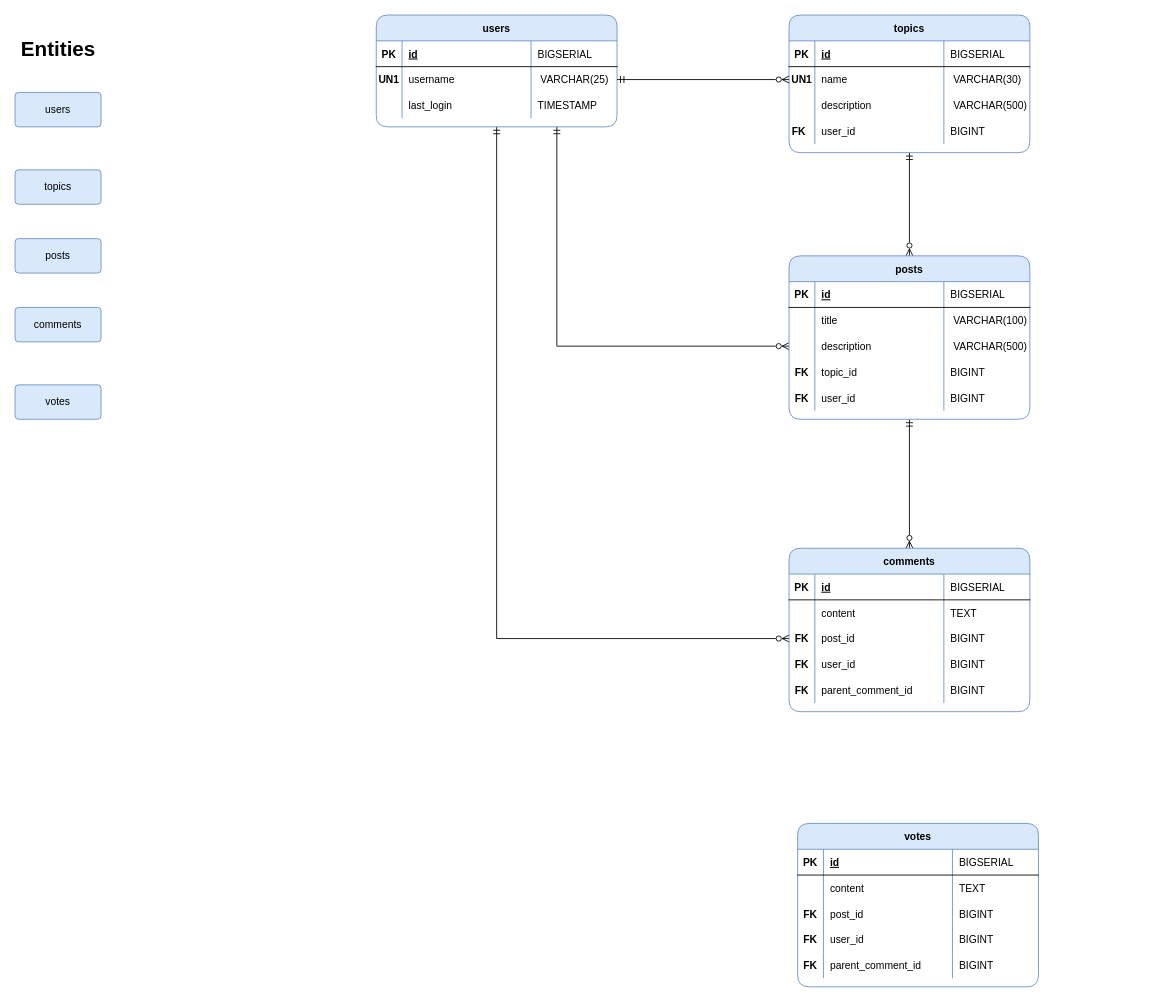
This is page "ERD" (1 of 2) of diagrams/udiddit.drawio from osman-software-engineer/udiddit, a draw.io file, before an edit. Source tidied: cells renumbered, new cells numbered last; positions are measured from the earlier drawing's top-left corner, leaving out a move shared by most shapes. Both pictures are drawn from the tidied source at 86%, with x=0, y=0 at pixel (15, 15).
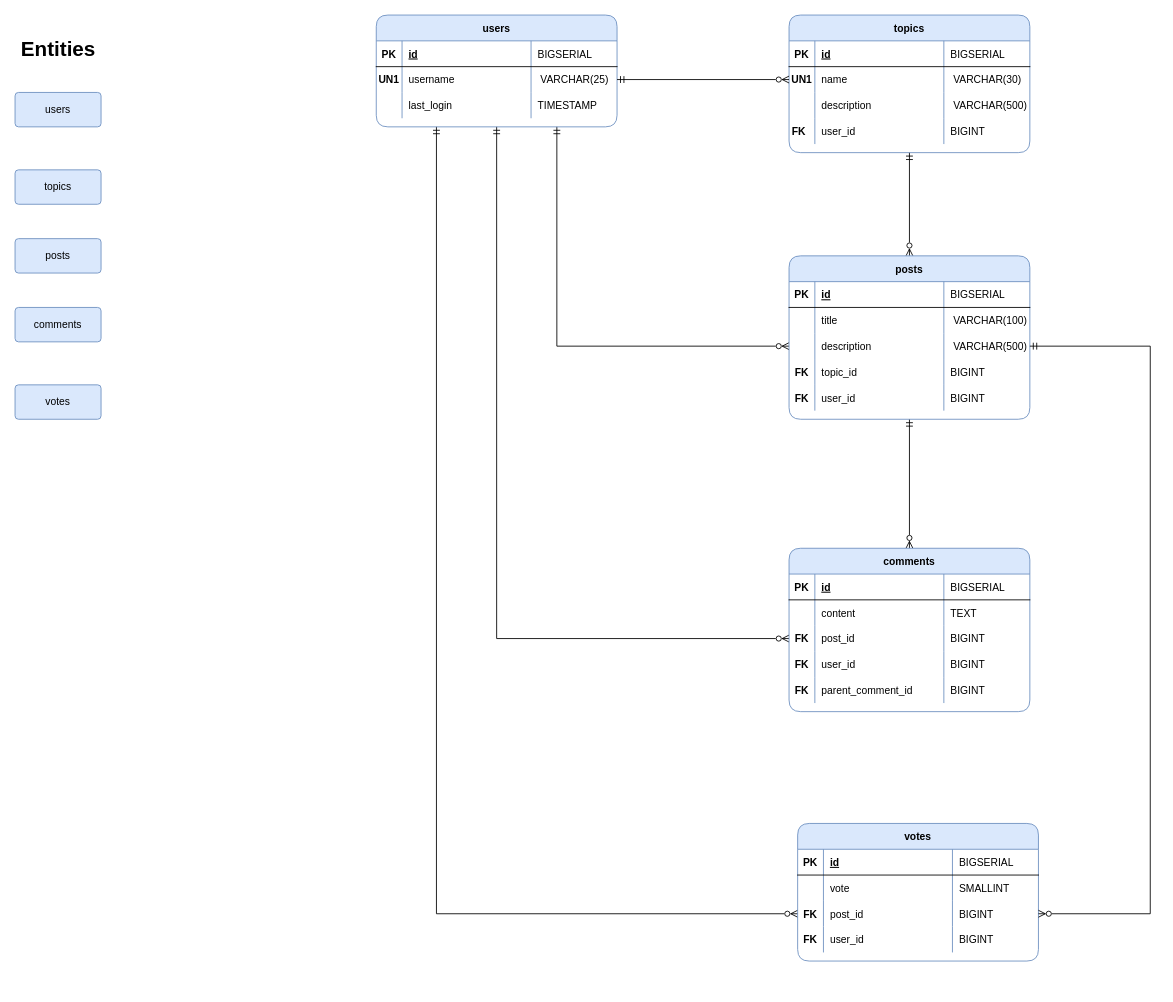
The same page after the edit.

The change refers to these unchanged cells:
```xml
<mxCell id="10" value="users" style="shape=table;startSize=30;childLayout=tableLayout;rowLines=0;fontStyle=1;align=center;rounded=1;fillColor=#dae8fc;strokeColor=#6c8ebf;shadow=0;sketch=0;" parent="1" vertex="1">
  <mxGeometry x="420" width="280" height="130" as="geometry" />
</mxCell>
<mxCell id="53" style="shape=partialRectangle;fillColor=none;top=0;left=0;bottom=0;right=0;points=[[0,0.5],[1,0.5]];portConstraint=eastwest;" parent="44" vertex="1">
  <mxGeometry y="90" width="280" height="30" as="geometry" />
</mxCell>
<mxCell id="92" style="shape=partialRectangle;fillColor=none;top=0;left=0;bottom=0;right=0;" parent="87" vertex="1">
  <mxGeometry y="60" width="280" height="30" as="geometry" />
</mxCell>
<mxCell id="96" style="shape=partialRectangle;fillColor=none;top=0;left=0;bottom=0;right=0;points=[[0,0.5],[1,0.5]];portConstraint=eastwest;" parent="87" vertex="1">
  <mxGeometry y="90" width="280" height="30" as="geometry" />
</mxCell>
```

Diff of the diagram source:
```diff
@@
+    <mxCell id="108" style="edgeStyle=orthogonalEdgeStyle;rounded=0;jettySize=auto;html=1;entryX=0;entryY=0.5;entryDx=0;entryDy=0;exitX=0.25;exitY=1;exitDx=0;exitDy=0;endArrow=ERzeroToMany;endFill=0;startArrow=ERmandOne;startFill=0;" parent="1" edge="1" source="10" target="96">
+      <mxGeometry relative="1" as="geometry" />
+    </mxCell>
@@
     <mxCell id="87" value="votes" style="shape=table;startSize=30;childLayout=tableLayout;rowLines=0;fontStyle=1;align=center;rounded=1;fillColor=#dae8fc;strokeColor=#6c8ebf;shadow=0;sketch=0;" parent="1" vertex="1">
-      <mxGeometry x="910" y="940" width="280" height="190" as="geometry" />
+      <mxGeometry x="910" y="940" width="280" height="160" as="geometry" />
     </mxCell>
@@
-    <mxCell id="94" value="content" style="shape=partialRectangle;fillColor=none;top=0;left=0;bottom=0;right=0;align=left;spacingLeft=6;overflow=hidden;" parent="92" vertex="1">
+    <mxCell id="94" value="vote" style="shape=partialRectangle;fillColor=none;top=0;left=0;bottom=0;right=0;align=left;spacingLeft=6;overflow=hidden;" parent="92" vertex="1">
       <mxGeometry x="30" width="150" height="30" as="geometry" />
     </mxCell>
-    <mxCell id="95" value="TEXT" style="shape=partialRectangle;fillColor=none;top=0;left=0;bottom=0;right=0;align=left;spacingLeft=6;overflow=hidden;" parent="92" vertex="1">
+    <mxCell id="95" value="SMALLINT" style="shape=partialRectangle;fillColor=none;top=0;left=0;bottom=0;right=0;align=left;spacingLeft=6;overflow=hidden;" parent="92" vertex="1">
       <mxGeometry x="180" width="100" height="30" as="geometry" />
     </mxCell>
@@
-    <mxCell id="104" style="shape=partialRectangle;fillColor=none;top=0;left=0;bottom=0;right=0;" parent="87" vertex="1">
-      <mxGeometry y="150" width="280" height="30" as="geometry" />
-    </mxCell>
-    <mxCell id="105" value="FK" style="shape=partialRectangle;fillColor=none;top=0;left=0;bottom=0;right=0;overflow=hidden;fontStyle=1;" parent="104" vertex="1">
-      <mxGeometry width="30" height="30" as="geometry" />
-    </mxCell>
-    <mxCell id="106" value="parent_comment_id" style="shape=partialRectangle;fillColor=none;top=0;left=0;bottom=0;right=0;align=left;spacingLeft=6;overflow=hidden;" parent="104" vertex="1">
-      <mxGeometry x="30" width="150" height="30" as="geometry" />
-    </mxCell>
-    <mxCell id="107" value="BIGINT" style="shape=partialRectangle;fillColor=none;top=0;left=0;bottom=0;right=0;align=left;spacingLeft=6;overflow=hidden;" parent="104" vertex="1">
-      <mxGeometry x="180" width="100" height="30" as="geometry" />
-    </mxCell>
+    <mxCell id="109" style="edgeStyle=orthogonalEdgeStyle;rounded=0;jettySize=auto;html=1;entryX=1;entryY=0.5;entryDx=0;entryDy=0;startArrow=ERmandOne;startFill=0;endArrow=ERzeroToMany;endFill=0;" parent="1" edge="1" source="53" target="96">
+      <mxGeometry relative="1" as="geometry">
+        <Array as="points">
+          <mxPoint x="1320" y="385" />
+          <mxPoint x="1320" y="1045" />
+        </Array>
+      </mxGeometry>
+    </mxCell>
```
